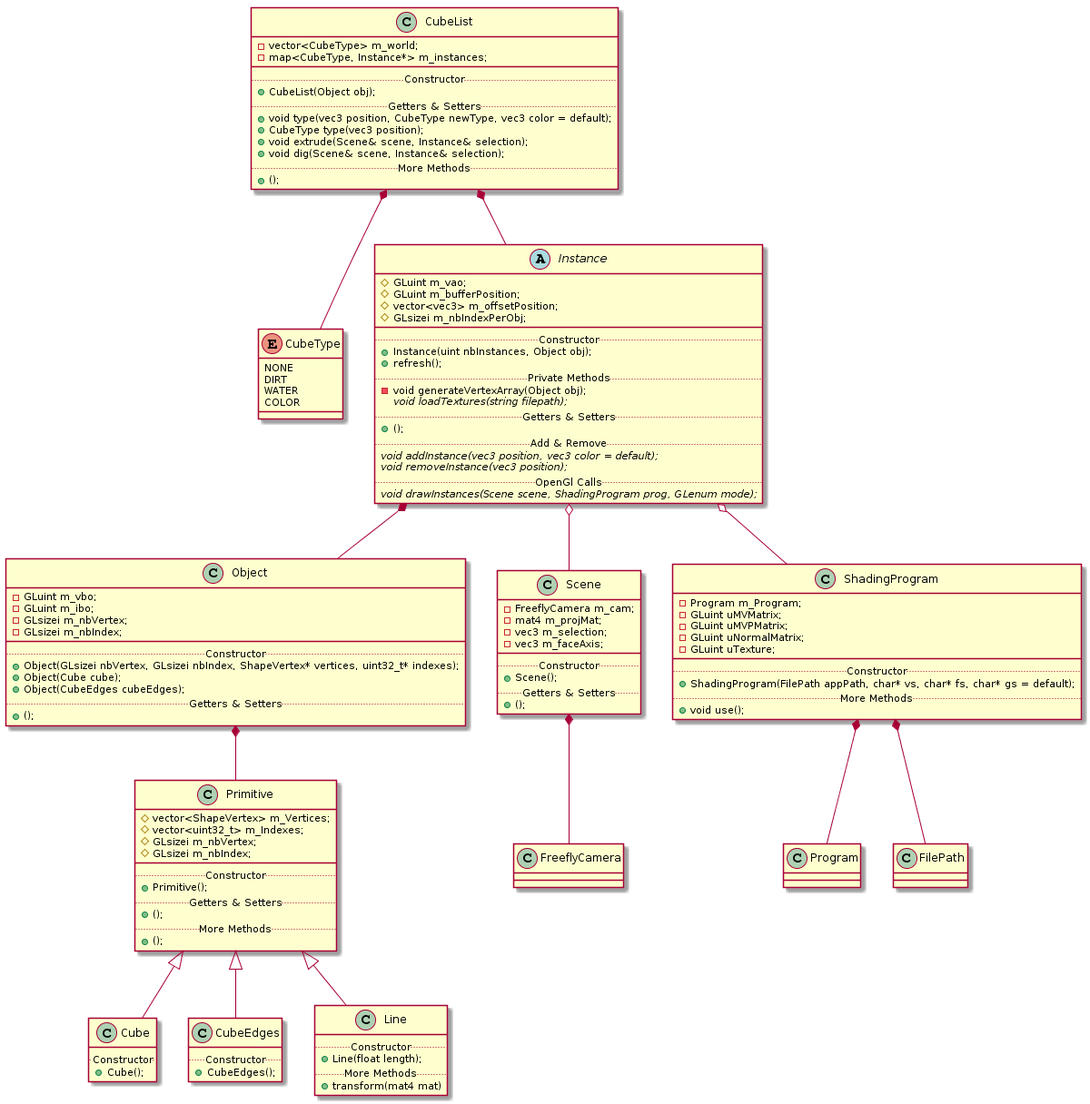
Before: doc/report/uml/png/CubeList_Collaboration_UML_v01.png, a diagram exported from PlantUML (MathildeDumoulin/Naavimac). The source it was exported from:
```plantuml
@startuml
CubeList *-- CubeType
CubeList *-- Instance

Instance *-- Object
Instance o-- Scene
Instance o-- ShadingProgram

Object *-- Primitive

Scene *-- FreeflyCamera

ShadingProgram *-- Program
ShadingProgram *-- FilePath

Primitive <|-- Cube
Primitive <|-- CubeEdges
Primitive <|-- Line

enum CubeType {
    NONE
    DIRT
    WATER
    COLOR
}


class CubeList {
-vector<CubeType> m_world;
-map<CubeType, Instance*> m_instances;
__
.. Constructor ..
+CubeList(Object obj);
.. Getters & Setters..
+void type(vec3 position, CubeType newType, vec3 color = default);
+CubeType type(vec3 position);
+void extrude(Scene& scene, Instance& selection);
+void dig(Scene& scene, Instance& selection);
..More Methods..
+();
}

abstract class Instance {
#GLuint m_vao;
#GLuint m_bufferPosition;
#vector<vec3> m_offsetPosition;
#GLsizei m_nbIndexPerObj;
__
.. Constructor ..
+Instance(uint nbInstances, Object obj);
+refresh();
.. Private Methods ..
-void generateVertexArray(Object obj);
{abstract} void loadTextures(string filepath);
.. Getters & Setters ..
+ ();
.. Add & Remove ..
{abstract} void addInstance(vec3 position, vec3 color = default);
{abstract} void removeInstance(vec3 position);
.. OpenGl Calls ..
{abstract} void drawInstances(Scene scene, ShadingProgram prog, GLenum mode);
}

class Object {
-GLuint m_vbo;
-GLuint m_ibo;
-GLsizei m_nbVertex;
-GLsizei m_nbIndex;
__
.. Constructor ..
+Object(GLsizei nbVertex, GLsizei nbIndex, ShapeVertex* vertices, uint32_t* indexes);
+Object(Cube cube);
+Object(CubeEdges cubeEdges);
.. Getters & Setters ..
+();
}

class Scene {
-FreeflyCamera m_cam;
-mat4 m_projMat;
-vec3 m_selection;
-vec3 m_faceAxis;
__
.. Constructor ..
+Scene();
.. Getters & Setters ..
+();
}

class ShadingProgram {
-Program m_Program;
-GLuint uMVMatrix;
-GLuint uMVPMatrix;
-GLuint uNormalMatrix;
-GLuint uTexture;
__
.. Constructor ..
+ShadingProgram(FilePath appPath, char* vs, char* fs, char* gs = default);
.. More Methods ..
+void use();
}

class Primitive {
#vector<ShapeVertex> m_Vertices;
#vector<uint32_t> m_Indexes;
#GLsizei m_nbVertex;
#GLsizei m_nbIndex;
__
.. Constructor ..
+Primitive();
.. Getters & Setters ..
+();
.. More Methods ..
+();
}

class Cube {
.. Constructor ..
+Cube();
}

class CubeEdges {
.. Constructor ..
+CubeEdges();
}

class Line {
.. Constructor ..
+Line(float length);
.. More Methods ..
+transform(mat4 mat)
}
@enduml
```
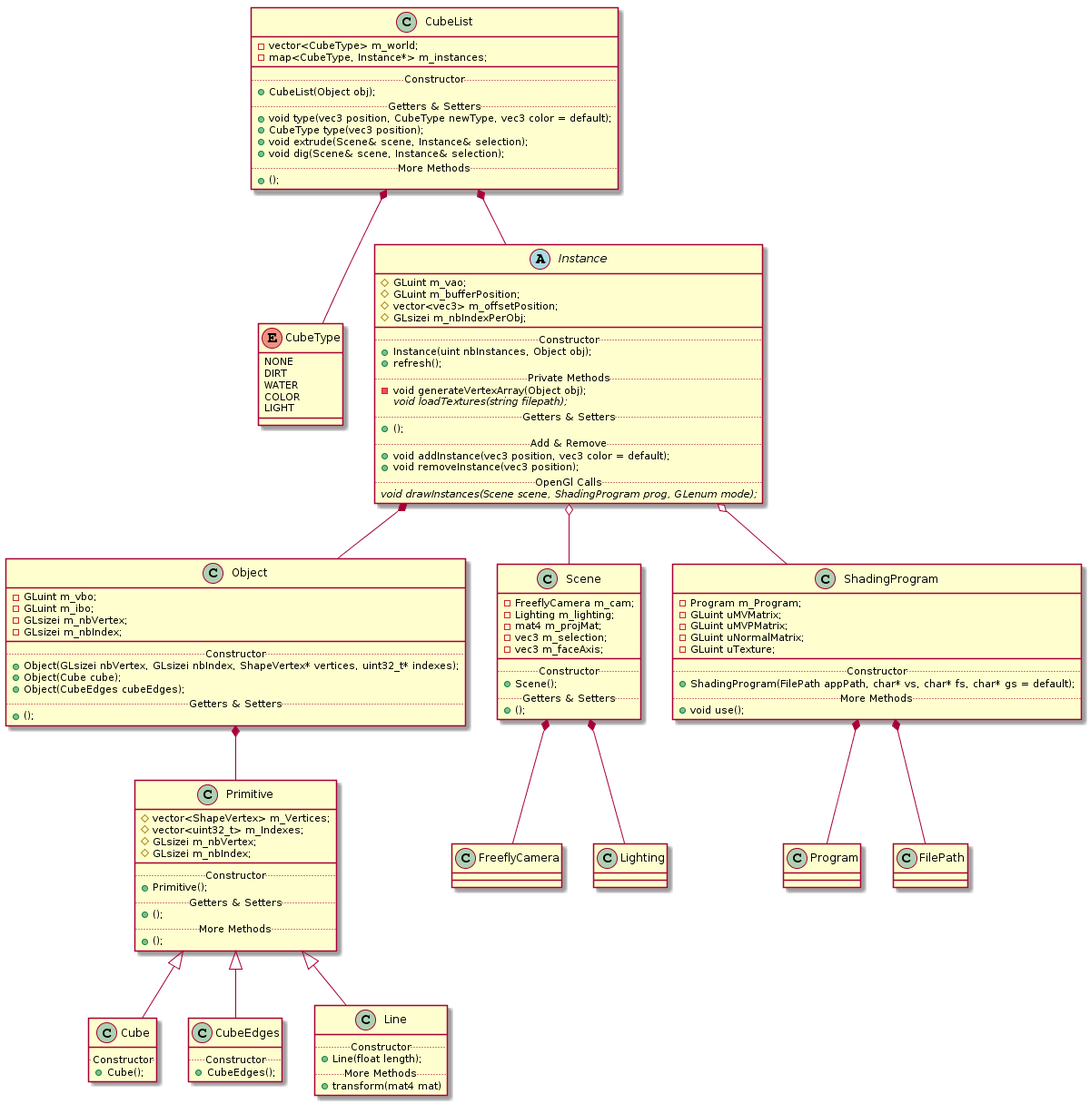
The same diagram one commit later.

What changed in the source:
```diff
@@ -9,6 +9,7 @@
 Object *-- Primitive
 
 Scene *-- FreeflyCamera
+Scene *-- Lighting
 
 ShadingProgram *-- Program
 ShadingProgram *-- FilePath
@@ -22,6 +23,7 @@
     DIRT
     WATER
     COLOR
+    LIGHT
 }
 
 
@@ -55,8 +57,8 @@
 .. Getters & Setters ..
 + ();
 .. Add & Remove ..
-{abstract} void addInstance(vec3 position, vec3 color = default);
-{abstract} void removeInstance(vec3 position);
++void addInstance(vec3 position, vec3 color = default);
++void removeInstance(vec3 position);
 .. OpenGl Calls ..
 {abstract} void drawInstances(Scene scene, ShadingProgram prog, GLenum mode);
 }
@@ -77,6 +79,7 @@
 
 class Scene {
 -FreeflyCamera m_cam;
+-Lighting m_lighting;
 -mat4 m_projMat;
 -vec3 m_selection;
 -vec3 m_faceAxis;
```
